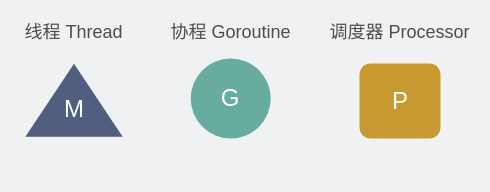
This is network/GMP是什么.drawio from xiaobaiTech/image, a draw.io file, before an edit. Source tidied: cells renumbered, new cells numbered last; positions are measured from the earlier drawing's top-left corner, leaving out a move shared by most shapes. Both pictures are drawn from the tidied source at 100%, with x=0, y=0 at pixel (17, 17).
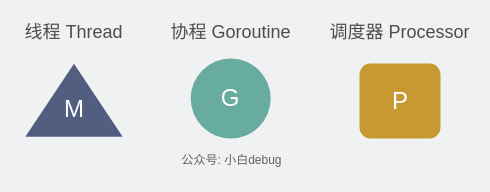
The same page after the edit.

Commit message:
更新GMP是什么.drawio

Diff of the diagram source:
```diff
@@
 <mxGraphModel background="#EFF1F3">
   <root>
     <mxCell id="0" />
     <mxCell id="1" parent="0" />
     <mxCell id="2" style="triangle;whiteSpace=wrap;html=1;rotation=-90;strokeColor=none;fillColor=#525E80;" parent="1" vertex="1">
       <mxGeometry x="20" y="34" width="73" height="97.3" as="geometry" />
     </mxCell>
     <mxCell id="3" value="&lt;font style=&quot;font-size: 24px;&quot; color=&quot;#ffffff&quot;&gt;M&lt;/font&gt;" style="text;html=1;align=center;verticalAlign=middle;whiteSpace=wrap;rounded=0;" parent="1" vertex="1">
       <mxGeometry x="26.5" y="77" width="60" height="30" as="geometry" />
     </mxCell>
     <mxCell id="4" style="ellipse;whiteSpace=wrap;html=1;strokeColor=none;fillColor=#68AB9F;" parent="1" vertex="1">
       <mxGeometry x="173.2" y="41" width="80" height="80" as="geometry" />
     </mxCell>
     <mxCell id="5" value="&lt;font style=&quot;font-size: 24px;&quot; color=&quot;#ffffff&quot;&gt;G&lt;/font&gt;" style="text;html=1;align=center;verticalAlign=middle;whiteSpace=wrap;rounded=0;" parent="1" vertex="1">
       <mxGeometry x="183.2" y="66" width="60" height="30" as="geometry" />
     </mxCell>
     <mxCell id="6" style="rounded=1;whiteSpace=wrap;html=1;strokeColor=none;fillColor=#C89931;" parent="1" vertex="1">
       <mxGeometry x="342" y="46" width="81" height="75" as="geometry" />
     </mxCell>
     <mxCell id="7" value="&lt;font color=&quot;#4d4d4d&quot; style=&quot;font-size: 18px;&quot;&gt;线程 Thread&lt;/font&gt;" style="text;html=1;align=center;verticalAlign=middle;whiteSpace=wrap;rounded=0;" parent="1" vertex="1">
       <mxGeometry width="113" height="30" as="geometry" />
     </mxCell>
     <mxCell id="8" value="&lt;font color=&quot;#4d4d4d&quot;&gt;&lt;span style=&quot;font-size: 18px;&quot;&gt;协程 Goroutine&lt;/span&gt;&lt;/font&gt;" style="text;html=1;align=center;verticalAlign=middle;whiteSpace=wrap;rounded=0;" parent="1" vertex="1">
       <mxGeometry x="145" width="136.5" height="30" as="geometry" />
     </mxCell>
     <mxCell id="9" value="&lt;font color=&quot;#4d4d4d&quot;&gt;&lt;span style=&quot;font-size: 18px;&quot;&gt;调度器 Processor&lt;/span&gt;&lt;/font&gt;" style="text;html=1;align=center;verticalAlign=middle;whiteSpace=wrap;rounded=0;" parent="1" vertex="1">
       <mxGeometry x="309.1" width="146.9" height="30" as="geometry" />
     </mxCell>
     <mxCell id="10" value="&lt;font style=&quot;font-size: 24px;&quot; color=&quot;#ffffff&quot;&gt;P&lt;/font&gt;" style="text;html=1;align=center;verticalAlign=middle;whiteSpace=wrap;rounded=0;" parent="1" vertex="1">
       <mxGeometry x="352.5" y="68.5" width="60" height="30" as="geometry" />
     </mxCell>
+    <mxCell id="11" value="公众号: 小白debug" style="text;html=1;align=center;verticalAlign=middle;whiteSpace=wrap;rounded=0;opacity=80;textOpacity=60;" parent="1" vertex="1">
+      <mxGeometry x="154" y="128" width="121" height="30" as="geometry" />
+    </mxCell>
   </root>
 </mxGraphModel>
```
